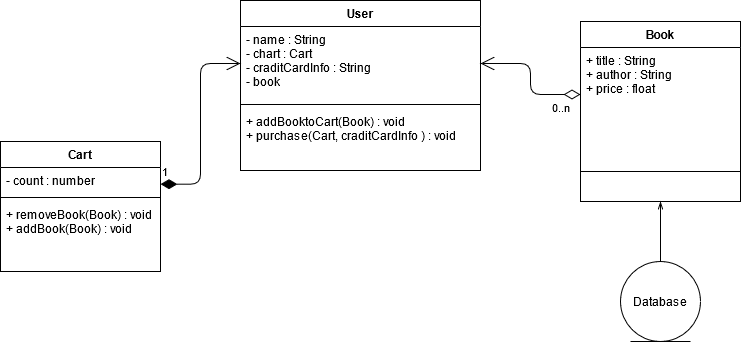
Before: Bookstore.png, a diagram exported from draw.io (Poomipat-Ch/SoftArchDesign). Source tidied: cells renumbered, new cells last; positions are measured from the earlier drawing's top-left corner, leaving out a move shared by most shapes.
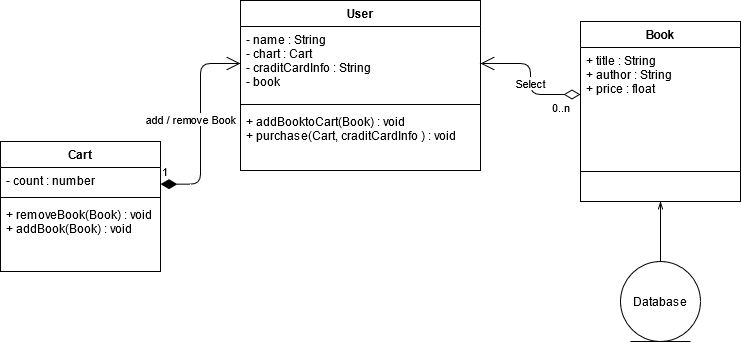
After the change.

Diff of the diagram source:
```diff
@@ -44,6 +44,11 @@
         </Array>
       </mxGeometry>
     </mxCell>
+    <mxCell id="18" value="add / remove Book" style="edgeLabel;html=1;align=center;verticalAlign=middle;" parent="13" vertex="1">
+      <mxGeometry x="0.05" y="1" relative="1" as="geometry">
+        <mxPoint x="-9" as="offset" />
+      </mxGeometry>
+    </mxCell>
     <mxCell id="14" style="endArrow=open;html=1;endSize=12;startArrow=diamondThin;startSize=14;startFill=0;edgeStyle=orthogonalEdgeStyle;entryX=1;entryY=0.5;entryDx=0;entryDy=0;" parent="1" edge="1" source="7" target="3">
       <mxGeometry x="-0.02" y="-10" relative="1" as="geometry" />
     </mxCell>
@@ -52,6 +57,9 @@
         <mxPoint x="-30" as="offset" />
       </mxGeometry>
     </mxCell>
+    <mxCell id="19" value="Select" style="edgeLabel;html=1;align=center;verticalAlign=middle;" parent="14" vertex="1">
+      <mxGeometry x="-0.06" relative="1" as="geometry" />
+    </mxCell>
     <mxCell id="16" style="edgeStyle=orthogonalEdgeStyle;rounded=1;jettySize=auto;html=1;startArrow=none;startFill=0;endArrow=openThin;endFill=0;strokeColor=#000000;entryX=0.5;entryY=1;entryDx=0;entryDy=0;" parent="1" edge="1" source="17" target="6">
       <mxGeometry relative="1" as="geometry" />
     </mxCell>
```
